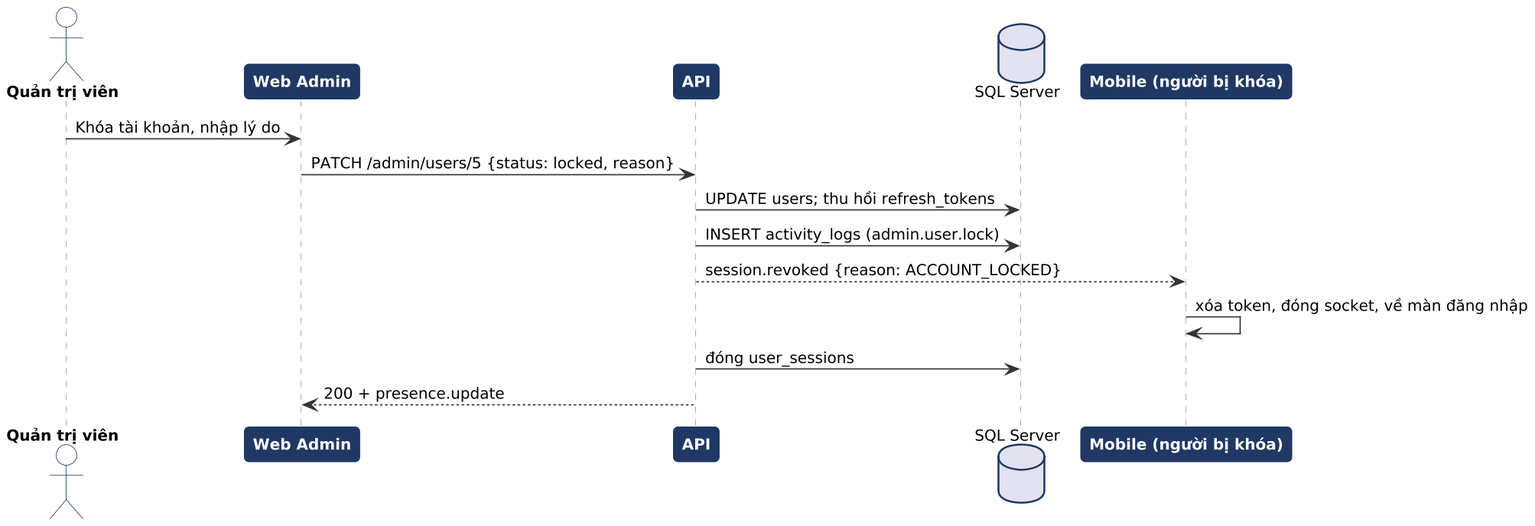
quangdieuluong2006-ctrl/CNPM_DinhDocLap keeps this PlantUML diagram as docs/diagrams/sd05.png. Above is the earlier version.
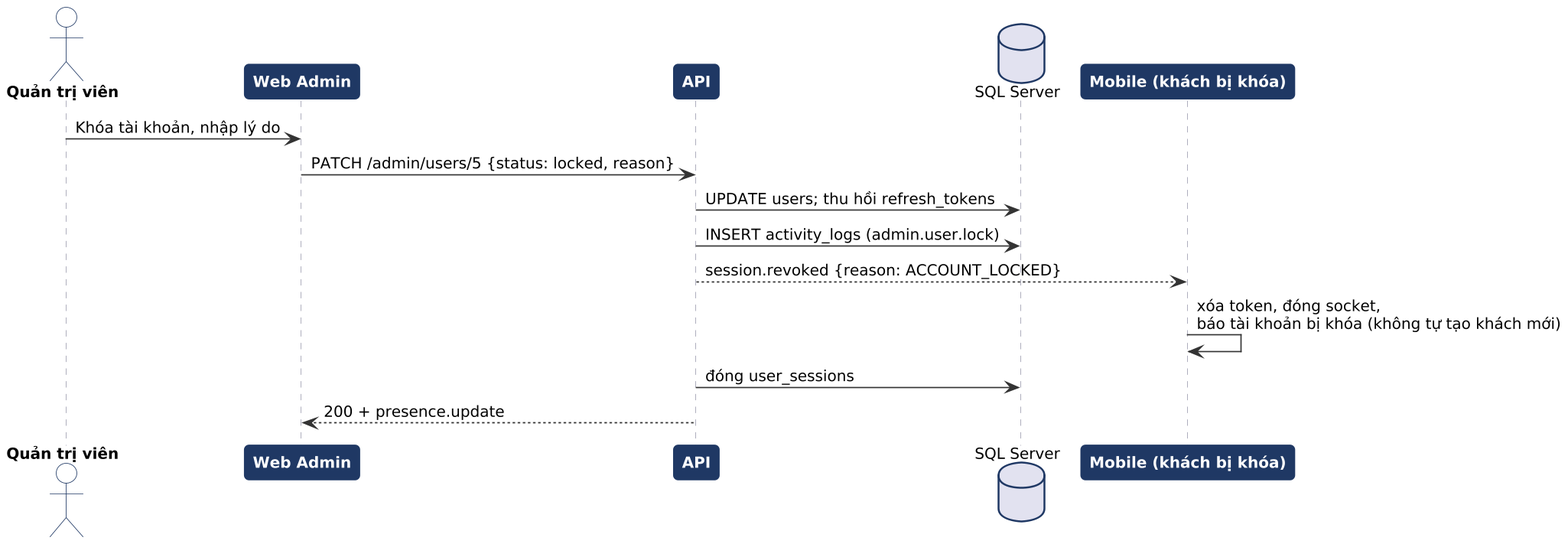
The same file after the commit.

Diff of the diagram source:
```diff
@@ -4,13 +4,13 @@
 participant "Web Admin" as WA
 participant "API" as API
 database "SQL Server" as DB
-participant "Mobile (người bị khóa)" as M
+participant "Mobile (khách bị khóa)" as M
 A -> WA : Khóa tài khoản, nhập lý do
 WA -> API : PATCH /admin/users/5 {status: locked, reason}
 API -> DB : UPDATE users; thu hồi refresh_tokens
 API -> DB : INSERT activity_logs (admin.user.lock)
 API --> M : session.revoked {reason: ACCOUNT_LOCKED}
-M -> M : xóa token, đóng socket, về màn đăng nhập
+M -> M : xóa token, đóng socket,\nbáo tài khoản bị khóa (không tự tạo khách mới)
 API -> DB : đóng user_sessions
 API --> WA : 200 + presence.update
 @enduml
```
